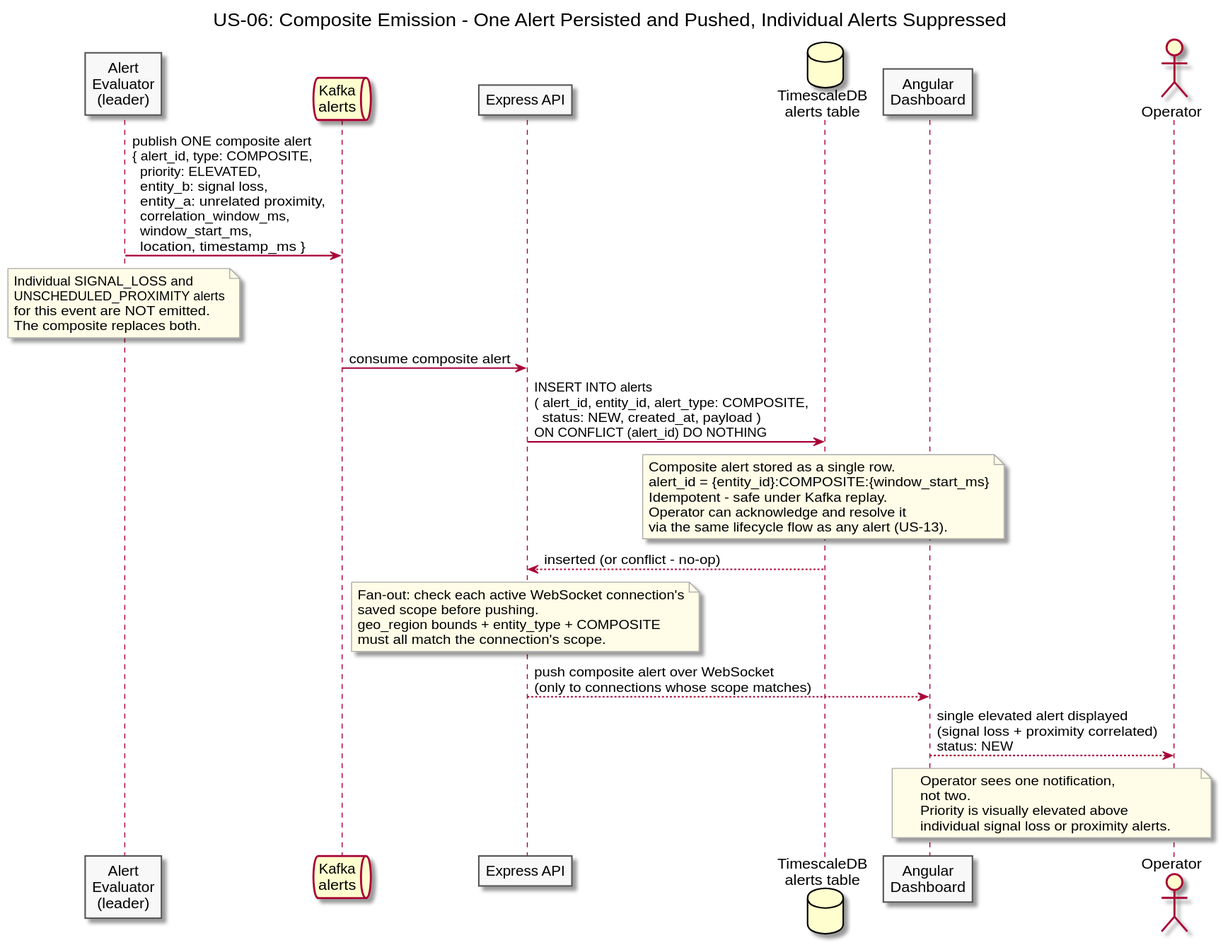
This is diagrams/docs/use-cases/US-06-composite-alert/composite-emission.svg from Buffden/sentinel, a PlantUML export, as it was before one commit.
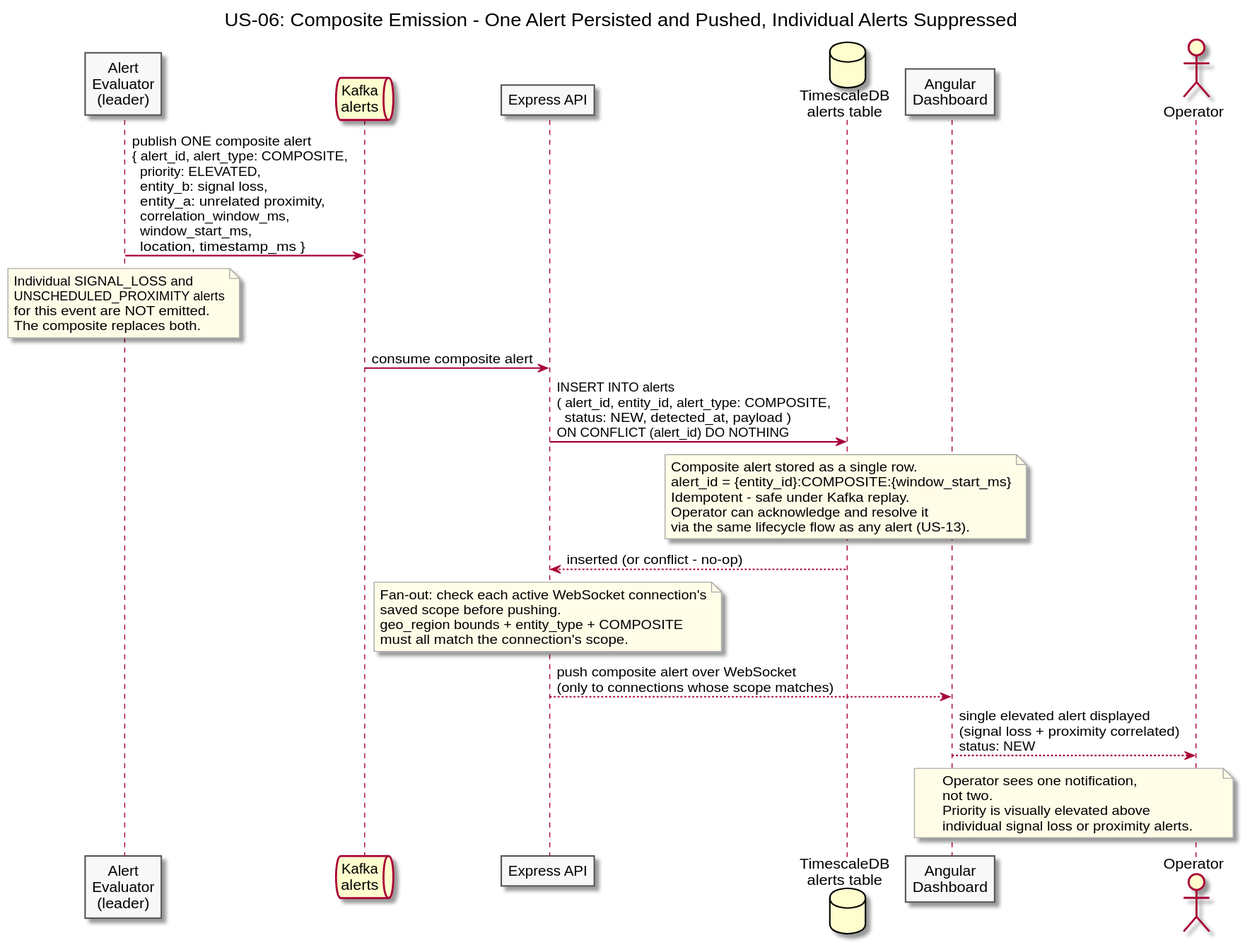
Later version of the same file.

What changed in the source:
```diff
@@ -14,7 +14,7 @@
 participant "Angular\nDashboard" as Dashboard
 actor Operator
 
-Evaluator -> Kafka : publish ONE composite alert\n{ alert_id, type: COMPOSITE,\n  priority: ELEVATED,\n  entity_b: signal loss,\n  entity_a: unrelated proximity,\n  correlation_window_ms,\n  window_start_ms,\n  location, timestamp_ms }
+Evaluator -> Kafka : publish ONE composite alert\n{ alert_id, alert_type: COMPOSITE,\n  priority: ELEVATED,\n  entity_b: signal loss,\n  entity_a: unrelated proximity,\n  correlation_window_ms,\n  window_start_ms,\n  location, timestamp_ms }
 
 note over Evaluator
   Individual SIGNAL_LOSS and
@@ -25,7 +25,7 @@
 
 Kafka -> API : consume composite alert
 
-API -> TSDB : INSERT INTO alerts\n( alert_id, entity_id, alert_type: COMPOSITE,\n  status: NEW, created_at, payload )\nON CONFLICT (alert_id) DO NOTHING
+API -> TSDB : INSERT INTO alerts\n( alert_id, entity_id, alert_type: COMPOSITE,\n  status: NEW, detected_at, payload )\nON CONFLICT (alert_id) DO NOTHING
 
 note over TSDB
   Composite alert stored as a single row.
```
